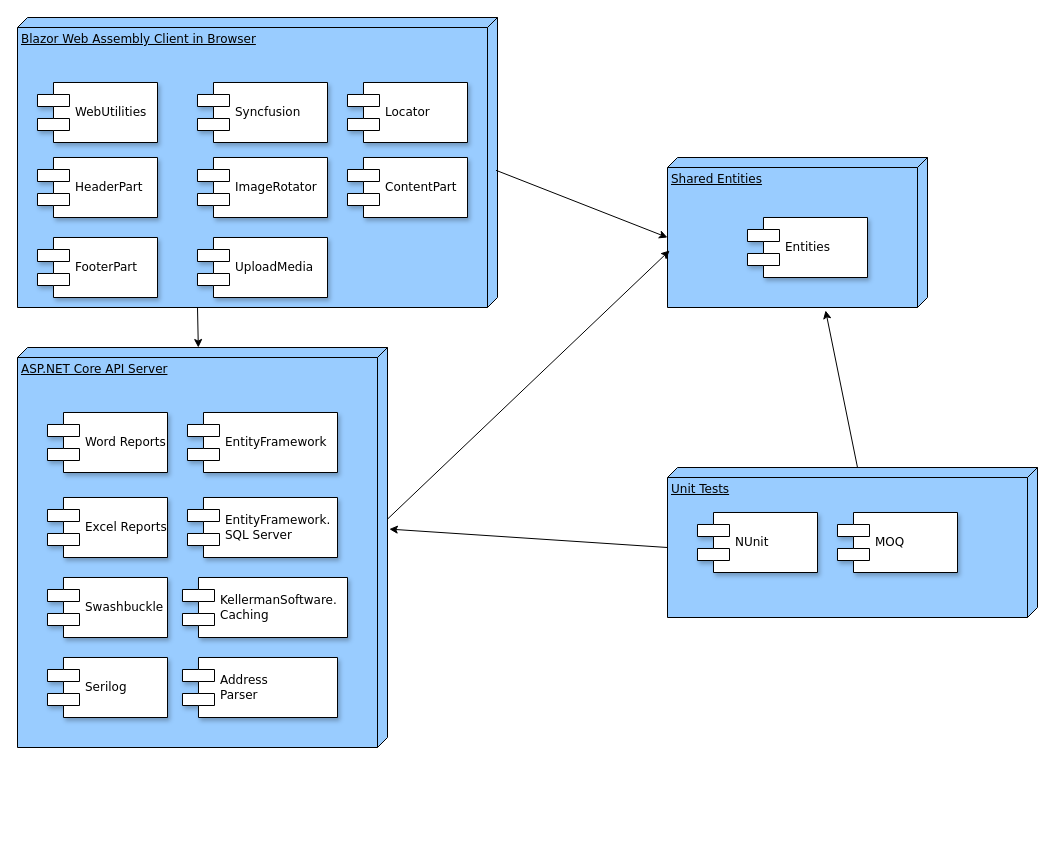
Above: Documentation/Design/Application Architecture Diagram.drawio in GregFinzer/BedBrigadeNational (draw.io), before the change. Source tidied: cells renumbered, new cells numbered last; positions are measured from the earlier drawing's top-left corner, leaving out a move shared by most shapes. Both pictures are drawn from the tidied source at 100%, with x=0, y=0 at pixel (17, 17).
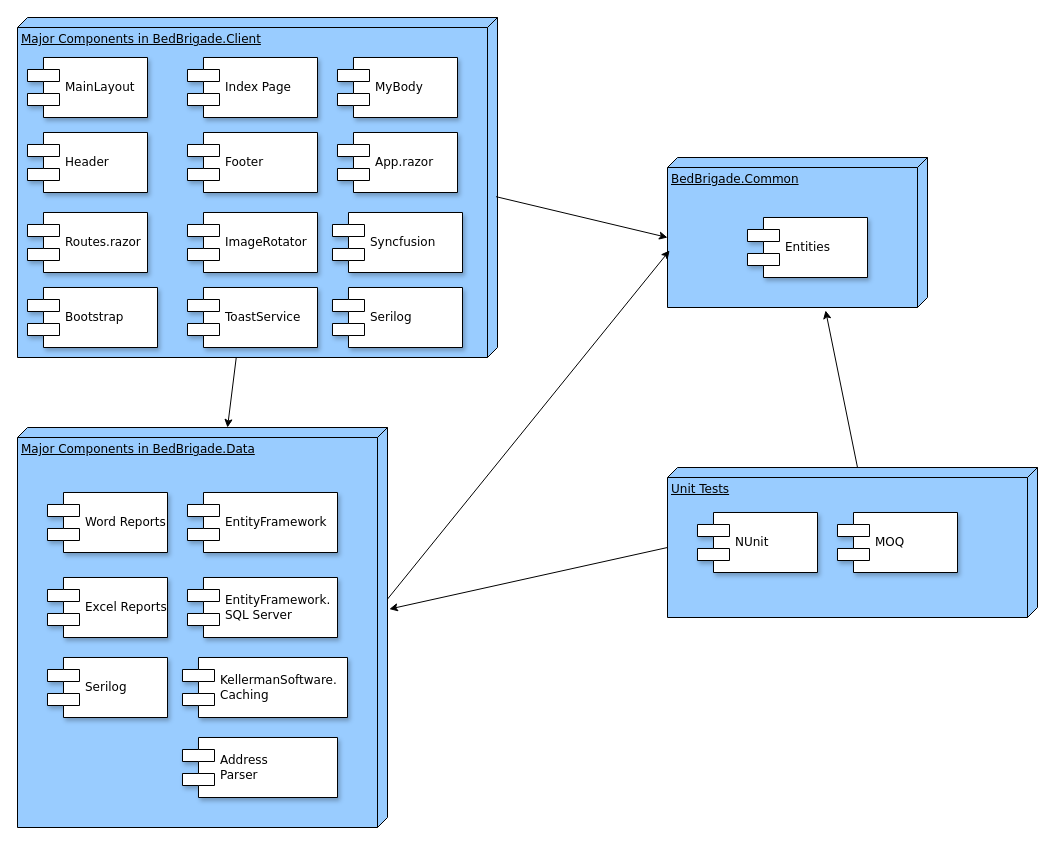
After the change.

Commit message (it also covers changes not shown here):
Update diagrams.  Add Resources for Learning Blazor 8

Change to the diagram source:
```diff
@@
-    <mxCell id="2" value="Blazor Web Assembly Client in Browser" style="verticalAlign=top;align=left;spacingTop=8;spacingLeft=2;spacingRight=12;shape=cube;size=10;direction=south;fontStyle=4;html=1;rounded=0;shadow=0;comic=0;labelBackgroundColor=none;strokeWidth=1;fontFamily=Verdana;fontSize=12;fillColor=#99CCFF;" parent="1" vertex="1">
-      <mxGeometry width="480" height="290" as="geometry" />
+    <mxCell id="2" value="Major Components in BedBrigade.Client" style="verticalAlign=top;align=left;spacingTop=8;spacingLeft=2;spacingRight=12;shape=cube;size=10;direction=south;fontStyle=4;html=1;rounded=0;shadow=0;comic=0;labelBackgroundColor=none;strokeWidth=1;fontFamily=Verdana;fontSize=12;fillColor=#99CCFF;" parent="1" vertex="1">
+      <mxGeometry width="480" height="340" as="geometry" />
     </mxCell>
-    <mxCell id="3" value="ASP.NET Core API Server" style="verticalAlign=top;align=left;spacingTop=8;spacingLeft=2;spacingRight=12;shape=cube;size=10;direction=south;fontStyle=4;html=1;rounded=0;shadow=0;comic=0;labelBackgroundColor=none;strokeWidth=1;fontFamily=Verdana;fontSize=12;fillColor=#99CCFF;" parent="1" vertex="1">
-      <mxGeometry y="330" width="370" height="400" as="geometry" />
+    <mxCell id="3" value="Major Components in BedBrigade.Data" style="verticalAlign=top;align=left;spacingTop=8;spacingLeft=2;spacingRight=12;shape=cube;size=10;direction=south;fontStyle=4;html=1;rounded=0;shadow=0;comic=0;labelBackgroundColor=none;strokeWidth=1;fontFamily=Verdana;fontSize=12;fillColor=#99CCFF;" parent="1" vertex="1">
+      <mxGeometry y="410" width="370" height="400" as="geometry" />
     </mxCell>
-    <mxCell id="4" value="Shared Entities" style="verticalAlign=top;align=left;spacingTop=8;spacingLeft=2;spacingRight=12;shape=cube;size=10;direction=south;fontStyle=4;html=1;rounded=0;shadow=0;comic=0;labelBackgroundColor=none;strokeWidth=1;fontFamily=Verdana;fontSize=12;fillColor=#99CCFF;" parent="1" vertex="1">
+    <mxCell id="4" value="BedBrigade.Common" style="verticalAlign=top;align=left;spacingTop=8;spacingLeft=2;spacingRight=12;shape=cube;size=10;direction=south;fontStyle=4;html=1;rounded=0;shadow=0;comic=0;labelBackgroundColor=none;strokeWidth=1;fontFamily=Verdana;fontSize=12;fillColor=#99CCFF;" parent="1" vertex="1">
       <mxGeometry x="650" y="140" width="260" height="150" as="geometry" />
     </mxCell>
-    <mxCell id="5" value="Syncfusion" style="shape=component;align=left;spacingLeft=36;rounded=0;shadow=1;comic=0;labelBackgroundColor=none;strokeWidth=1;fontFamily=Verdana;fontSize=12;html=1;" parent="1" vertex="1">
-      <mxGeometry x="180" y="65" width="130" height="60" as="geometry" />
+    <mxCell id="5" value="Index Page" style="shape=component;align=left;spacingLeft=36;rounded=0;shadow=1;comic=0;labelBackgroundColor=none;strokeWidth=1;fontFamily=Verdana;fontSize=12;html=1;" parent="1" vertex="1">
+      <mxGeometry x="170" y="40" width="130" height="60" as="geometry" />
     </mxCell>
     <mxCell id="6" value="Word Reports" style="shape=component;align=left;spacingLeft=36;rounded=0;shadow=1;comic=0;labelBackgroundColor=none;strokeWidth=1;fontFamily=Verdana;fontSize=12;html=1;" parent="1" vertex="1">
-      <mxGeometry x="30" y="395" width="120" height="60" as="geometry" />
+      <mxGeometry x="30" y="475" width="120" height="60" as="geometry" />
     </mxCell>
@@
-    <mxCell id="8" value="WebUtilities" style="shape=component;align=left;spacingLeft=36;rounded=0;shadow=1;comic=0;labelBackgroundColor=none;strokeWidth=1;fontFamily=Verdana;fontSize=12;html=1;" parent="1" vertex="1">
-      <mxGeometry x="20" y="65" width="120" height="60" as="geometry" />
+    <mxCell id="8" value="MainLayout" style="shape=component;align=left;spacingLeft=36;rounded=0;shadow=1;comic=0;labelBackgroundColor=none;strokeWidth=1;fontFamily=Verdana;fontSize=12;html=1;" parent="1" vertex="1">
+      <mxGeometry x="10" y="40" width="120" height="60" as="geometry" />
     </mxCell>
     <mxCell id="9" value="Excel Reports" style="shape=component;align=left;spacingLeft=36;rounded=0;shadow=1;comic=0;labelBackgroundColor=none;strokeWidth=1;fontFamily=Verdana;fontSize=12;html=1;" parent="1" vertex="1">
-      <mxGeometry x="30" y="480" width="120" height="60" as="geometry" />
+      <mxGeometry x="30" y="560" width="120" height="60" as="geometry" />
     </mxCell>
     <mxCell id="10" value="EntityFramework.&lt;br&gt;SQL Server" style="shape=component;align=left;spacingLeft=36;rounded=0;shadow=1;comic=0;labelBackgroundColor=none;strokeWidth=1;fontFamily=Verdana;fontSize=12;html=1;" parent="1" vertex="1">
-      <mxGeometry x="170" y="480" width="150" height="60" as="geometry" />
+      <mxGeometry x="170" y="560" width="150" height="60" as="geometry" />
     </mxCell>
     <mxCell id="11" value="EntityFramework&lt;br&gt;" style="shape=component;align=left;spacingLeft=36;rounded=0;shadow=1;comic=0;labelBackgroundColor=none;strokeWidth=1;fontFamily=Verdana;fontSize=12;html=1;" parent="1" vertex="1">
-      <mxGeometry x="170" y="395" width="150" height="60" as="geometry" />
+      <mxGeometry x="170" y="475" width="150" height="60" as="geometry" />
     </mxCell>
@@
-    <mxCell id="13" value="Swashbuckle" style="shape=component;align=left;spacingLeft=36;rounded=0;shadow=1;comic=0;labelBackgroundColor=none;strokeWidth=1;fontFamily=Verdana;fontSize=12;html=1;" parent="1" vertex="1">
-      <mxGeometry x="30" y="560" width="120" height="60" as="geometry" />
-    </mxCell>
     <mxCell id="14" value="KellermanSoftware.&lt;br&gt;Caching" style="shape=component;align=left;spacingLeft=36;rounded=0;shadow=1;comic=0;labelBackgroundColor=none;strokeWidth=1;fontFamily=Verdana;fontSize=12;html=1;" parent="1" vertex="1">
-      <mxGeometry x="165" y="560" width="165" height="60" as="geometry" />
+      <mxGeometry x="165" y="640" width="165" height="60" as="geometry" />
     </mxCell>
-    <mxCell id="15" style="endArrow=classic;html=1;rounded=0;" parent="1" edge="1" target="3">
-      <mxGeometry relative="1" as="geometry">
-        <mxPoint x="180" y="290" as="sourcePoint" />
-      </mxGeometry>
+    <mxCell id="15" style="endArrow=classic;html=1;rounded=0;" parent="1" edge="1" source="2" target="3">
+      <mxGeometry relative="1" as="geometry" />
     </mxCell>
@@
-    <mxCell id="23" value="HeaderPart" style="shape=component;align=left;spacingLeft=36;rounded=0;shadow=1;comic=0;labelBackgroundColor=none;strokeWidth=1;fontFamily=Verdana;fontSize=12;html=1;" parent="1" vertex="1">
-      <mxGeometry x="20" y="140" width="120" height="60" as="geometry" />
+    <mxCell id="23" value="Header" style="shape=component;align=left;spacingLeft=36;rounded=0;shadow=1;comic=0;labelBackgroundColor=none;strokeWidth=1;fontFamily=Verdana;fontSize=12;html=1;" parent="1" vertex="1">
+      <mxGeometry x="10" y="115" width="120" height="60" as="geometry" />
     </mxCell>
-    <mxCell id="24" value="FooterPart" style="shape=component;align=left;spacingLeft=36;rounded=0;shadow=1;comic=0;labelBackgroundColor=none;strokeWidth=1;fontFamily=Verdana;fontSize=12;html=1;" parent="1" vertex="1">
-      <mxGeometry x="20" y="220" width="120" height="60" as="geometry" />
+    <mxCell id="24" value="Routes.razor" style="shape=component;align=left;spacingLeft=36;rounded=0;shadow=1;comic=0;labelBackgroundColor=none;strokeWidth=1;fontFamily=Verdana;fontSize=12;html=1;" parent="1" vertex="1">
+      <mxGeometry x="10" y="195" width="120" height="60" as="geometry" />
     </mxCell>
-    <mxCell id="25" value="ImageRotator" style="shape=component;align=left;spacingLeft=36;rounded=0;shadow=1;comic=0;labelBackgroundColor=none;strokeWidth=1;fontFamily=Verdana;fontSize=12;html=1;" parent="1" vertex="1">
-      <mxGeometry x="180" y="140" width="130" height="60" as="geometry" />
+    <mxCell id="25" value="Footer" style="shape=component;align=left;spacingLeft=36;rounded=0;shadow=1;comic=0;labelBackgroundColor=none;strokeWidth=1;fontFamily=Verdana;fontSize=12;html=1;" parent="1" vertex="1">
+      <mxGeometry x="170" y="115" width="130" height="60" as="geometry" />
     </mxCell>
-    <mxCell id="26" value="UploadMedia" style="shape=component;align=left;spacingLeft=36;rounded=0;shadow=1;comic=0;labelBackgroundColor=none;strokeWidth=1;fontFamily=Verdana;fontSize=12;html=1;" parent="1" vertex="1">
-      <mxGeometry x="180" y="220" width="130" height="60" as="geometry" />
+    <mxCell id="26" value="ImageRotator" style="shape=component;align=left;spacingLeft=36;rounded=0;shadow=1;comic=0;labelBackgroundColor=none;strokeWidth=1;fontFamily=Verdana;fontSize=12;html=1;" parent="1" vertex="1">
+      <mxGeometry x="170" y="195" width="130" height="60" as="geometry" />
     </mxCell>
-    <mxCell id="27" value="Locator" style="shape=component;align=left;spacingLeft=36;rounded=0;shadow=1;comic=0;labelBackgroundColor=none;strokeWidth=1;fontFamily=Verdana;fontSize=12;html=1;" parent="1" vertex="1">
-      <mxGeometry x="330" y="65" width="120" height="60" as="geometry" />
+    <mxCell id="27" value="MyBody" style="shape=component;align=left;spacingLeft=36;rounded=0;shadow=1;comic=0;labelBackgroundColor=none;strokeWidth=1;fontFamily=Verdana;fontSize=12;html=1;" parent="1" vertex="1">
+      <mxGeometry x="320" y="40" width="120" height="60" as="geometry" />
     </mxCell>
     <mxCell id="28" value="Address&lt;br&gt;Parser" style="shape=component;align=left;spacingLeft=36;rounded=0;shadow=1;comic=0;labelBackgroundColor=none;strokeWidth=1;fontFamily=Verdana;fontSize=12;html=1;" parent="1" vertex="1">
-      <mxGeometry x="165" y="640" width="155" height="60" as="geometry" />
+      <mxGeometry x="165" y="720" width="155" height="60" as="geometry" />
     </mxCell>
-    <mxCell id="29" value="ContentPart" style="shape=component;align=left;spacingLeft=36;rounded=0;shadow=1;comic=0;labelBackgroundColor=none;strokeWidth=1;fontFamily=Verdana;fontSize=12;html=1;" parent="1" vertex="1">
-      <mxGeometry x="330" y="140" width="120" height="60" as="geometry" />
+    <mxCell id="29" value="App.razor" style="shape=component;align=left;spacingLeft=36;rounded=0;shadow=1;comic=0;labelBackgroundColor=none;strokeWidth=1;fontFamily=Verdana;fontSize=12;html=1;" parent="1" vertex="1">
+      <mxGeometry x="320" y="115" width="120" height="60" as="geometry" />
     </mxCell>
+    <mxCell id="30" value="Syncfusion" style="shape=component;align=left;spacingLeft=36;rounded=0;shadow=1;comic=0;labelBackgroundColor=none;strokeWidth=1;fontFamily=Verdana;fontSize=12;html=1;" parent="1" vertex="1">
+      <mxGeometry x="315" y="195" width="130" height="60" as="geometry" />
+    </mxCell>
+    <mxCell id="31" value="Bootstrap" style="shape=component;align=left;spacingLeft=36;rounded=0;shadow=1;comic=0;labelBackgroundColor=none;strokeWidth=1;fontFamily=Verdana;fontSize=12;html=1;" parent="1" vertex="1">
+      <mxGeometry x="10" y="270" width="130" height="60" as="geometry" />
+    </mxCell>
+    <mxCell id="32" value="ToastService" style="shape=component;align=left;spacingLeft=36;rounded=0;shadow=1;comic=0;labelBackgroundColor=none;strokeWidth=1;fontFamily=Verdana;fontSize=12;html=1;" parent="1" vertex="1">
+      <mxGeometry x="170" y="270" width="130" height="60" as="geometry" />
+    </mxCell>
+    <mxCell id="33" value="Serilog" style="shape=component;align=left;spacingLeft=36;rounded=0;shadow=1;comic=0;labelBackgroundColor=none;strokeWidth=1;fontFamily=Verdana;fontSize=12;html=1;" parent="1" vertex="1">
+      <mxGeometry x="315" y="270" width="130" height="60" as="geometry" />
+    </mxCell>
```
